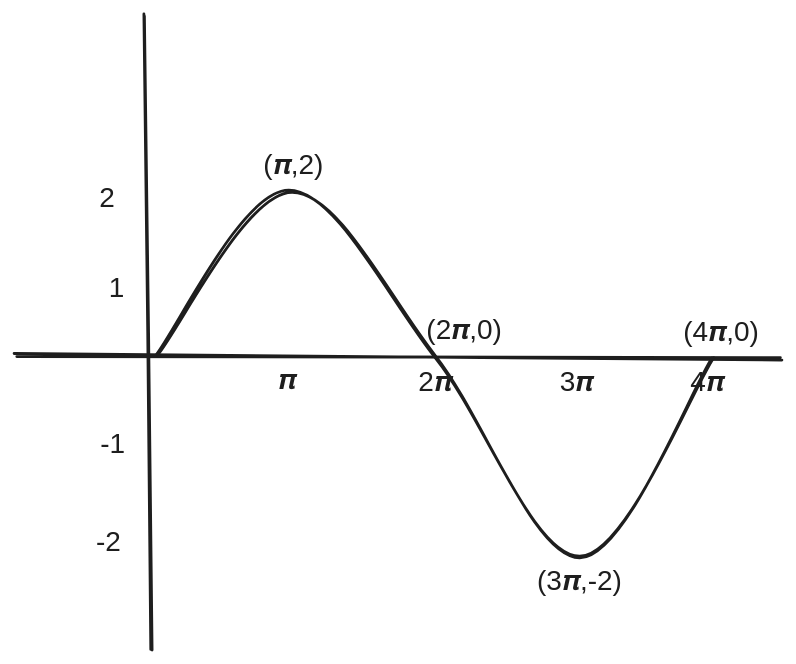
The Excalidraw diagram content/assets/guide to trigonometry 2024-09-06 17.12.13.excalidraw.svg in starlitriver/starlitriver.github.io, before a commit. Source tidied: one line per element, renumbered; positions are measured from the earlier drawing's top-left corner, leaving out a move shared by most shapes.
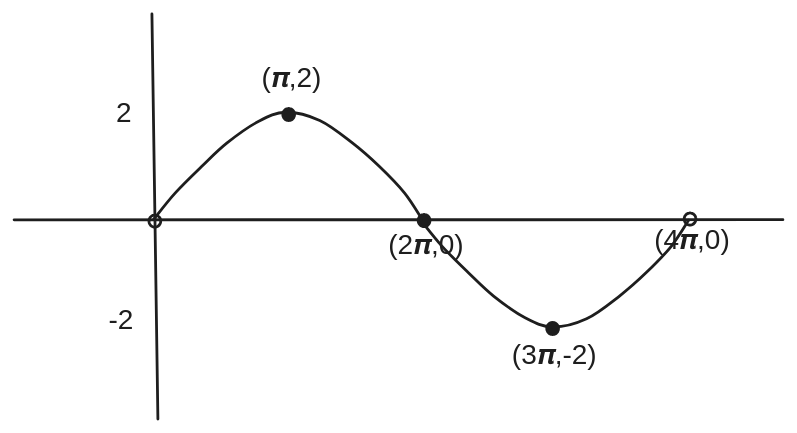
The same file after the commit.

Change to the diagram source:
```diff
@@ -1,15 +1,15 @@
-{"id": 0, "type": "line", "strokeColor": "#1e1e1e", "strokeWidth": 2, "roughness": 1, "round": true, "x": 0, "y": 243, "width": 548, "height": 3, "points": [[0, 0], [548, 3]]}
+{"id": 0, "type": "line", "strokeColor": "#1e1e1e", "strokeWidth": 2, "roughness": 0, "round": true, "x": 1, "y": 241, "width": 549, "height": 0, "points": [[0, 0], [549, 0]]}
-{"id": 1, "type": "line", "strokeColor": "#1e1e1e", "strokeWidth": 2, "roughness": 1, "round": true, "x": 97, "y": 453, "width": 6, "height": 453, "points": [[0, 0], [-6, -453]]}
+{"id": 1, "type": "line", "strokeColor": "#1e1e1e", "strokeWidth": 2, "roughness": 0, "round": true, "x": 103, "y": 384, "width": 4, "height": 289, "points": [[0, 0], [-4, -289]]}
-{"id": 2, "type": "text", "text": "1", "strokeColor": "#1e1e1e", "strokeWidth": 2, "roughness": 1, "fontSize": 20, "fontFamily": 2, "x": 67, "y": 183, "width": 11, "height": 23}
-{"id": 3, "type": "text", "text": "2", "strokeColor": "#1e1e1e", "strokeWidth": 2, "roughness": 1, "fontSize": 20, "fontFamily": 2, "x": 60, "y": 119, "width": 11, "height": 23}
+{"id": 3, "type": "text", "text": "2", "strokeColor": "#1e1e1e", "strokeWidth": 2, "roughness": 0, "fontSize": 20, "fontFamily": 2, "x": 73, "y": 153, "width": 11, "height": 23}
-{"id": 4, "type": "text", "text": "-1", "strokeColor": "#1e1e1e", "strokeWidth": 2, "roughness": 1, "fontSize": 20, "fontFamily": 2, "x": 61, "y": 295, "width": 18, "height": 23}
-{"id": 5, "type": "text", "text": "-2", "strokeColor": "#1e1e1e", "strokeWidth": 2, "roughness": 1, "fontSize": 20, "fontFamily": 2, "x": 58, "y": 365, "width": 18, "height": 23}
+{"id": 5, "type": "text", "text": "-2", "strokeColor": "#1e1e1e", "strokeWidth": 2, "roughness": 0, "fontSize": 20, "fontFamily": 2, "x": 68, "y": 301, "width": 18, "height": 23}
-{"id": 6, "type": "text", "text": "𝝅", "strokeColor": "#1e1e1e", "strokeWidth": 2, "roughness": 1, "fontSize": 20, "fontFamily": 2, "x": 188, "y": 249, "width": 13, "height": 23}
-{"id": 7, "type": "text", "text": "2𝝅", "strokeColor": "#1e1e1e", "strokeWidth": 2, "roughness": 1, "fontSize": 20, "fontFamily": 2, "x": 288, "y": 250, "width": 24, "height": 23}
-{"id": 8, "type": "text", "text": "3𝝅", "strokeColor": "#1e1e1e", "strokeWidth": 2, "roughness": 1, "fontSize": 20, "fontFamily": 2, "x": 389, "y": 251, "width": 24, "height": 23}
-{"id": 9, "type": "text", "text": "4𝝅", "strokeColor": "#1e1e1e", "strokeWidth": 2, "roughness": 1, "fontSize": 20, "fontFamily": 2, "x": 483, "y": 251, "width": 24, "height": 23}
-{"id": 10, "type": "line", "strokeColor": "#1e1e1e", "strokeWidth": 2, "roughness": 1, "round": true, "x": 101, "y": 244, "width": 398, "height": 261, "points": [[0, 0], [95, -118], [199, 2], [303, 143], [398, 2]]}
-{"id": 11, "type": "text", "text": "(𝝅,2)", "strokeColor": "#1e1e1e", "strokeWidth": 2, "roughness": 1, "fontSize": 20, "fontFamily": 2, "x": 178, "y": 96, "width": 43, "height": 23}
+{"id": 11, "type": "text", "text": "(𝝅,2)", "strokeColor": "#1e1e1e", "strokeWidth": 2, "roughness": 0, "fontSize": 20, "fontFamily": 2, "x": 177, "y": 129, "width": 43, "height": 23}
-{"id": 12, "type": "text", "text": "(2𝝅,0)", "strokeColor": "#1e1e1e", "strokeWidth": 2, "roughness": 1, "fontSize": 20, "fontFamily": 2, "x": 294, "y": 213, "width": 54, "height": 23}
+{"id": 12, "type": "text", "text": "(2𝝅,0)", "strokeColor": "#1e1e1e", "strokeWidth": 2, "roughness": 0, "fontSize": 20, "fontFamily": 2, "x": 268, "y": 248, "width": 54, "height": 23}
-{"id": 13, "type": "text", "text": "(3𝝅,-2)", "strokeColor": "#1e1e1e", "strokeWidth": 2, "roughness": 1, "fontSize": 20, "fontFamily": 2, "x": 373, "y": 393, "width": 61, "height": 23}
+{"id": 13, "type": "text", "text": "(3𝝅,-2)", "strokeColor": "#1e1e1e", "strokeWidth": 2, "roughness": 0, "fontSize": 20, "fontFamily": 2, "x": 356, "y": 326, "width": 61, "height": 23}
-{"id": 14, "type": "text", "text": "(4𝝅,0)", "strokeColor": "#1e1e1e", "strokeWidth": 2, "roughness": 1, "fontSize": 20, "fontFamily": 2, "x": 478, "y": 215, "width": 54, "height": 23}
+{"id": 14, "type": "text", "text": "(4𝝅,0)", "strokeColor": "#1e1e1e", "strokeWidth": 2, "roughness": 0, "fontSize": 20, "fontFamily": 2, "x": 458, "y": 244, "width": 54, "height": 23}
+{"id": 15, "type": "ellipse", "strokeColor": "#1e1e1e", "backgroundColor": "#1e1e1e", "fillStyle": "solid", "strokeWidth": 2, "roughness": 0, "round": true, "x": 193, "y": 162, "width": 8, "height": 9}
+{"id": 16, "type": "ellipse", "strokeColor": "#1e1e1e", "backgroundColor": "#1e1e1e", "fillStyle": "solid", "strokeWidth": 2, "roughness": 0, "round": true, "x": 381, "y": 315, "width": 8, "height": 9}
+{"id": 17, "type": "ellipse", "strokeColor": "#1e1e1e", "backgroundColor": "#1e1e1e", "fillStyle": "solid", "strokeWidth": 2, "roughness": 0, "round": true, "x": 289, "y": 238, "width": 8, "height": 9}
+{"id": 18, "type": "ellipse", "strokeColor": "#1e1e1e", "backgroundColor": "#1e1e1e", "fillStyle": "hachure", "strokeWidth": 2, "roughness": 0, "round": true, "x": 479, "y": 237, "width": 8, "height": 9}
+{"id": 19, "type": "ellipse", "strokeColor": "#1e1e1e", "backgroundColor": "#1e1e1e", "fillStyle": "hachure", "strokeWidth": 2, "roughness": 0, "round": true, "x": 97, "y": 238, "width": 8, "height": 9}
+{"id": 20, "type": "line", "strokeColor": "#1e1e1e", "angle": 4.71, "strokeWidth": 2, "roughness": 0, "round": true, "x": 158, "y": 299, "width": 77, "height": 192, "points": [[0, 0], [19, -12], [38, -31], [54, -49], [70, -73], [76, -97], [69, -117], [54, -139], [37, -158], [18, -176], [-1, -192]]}
+{"id": 21, "type": "line", "strokeColor": "#1e1e1e", "angle": 1.57, "strokeWidth": 2, "roughness": 0, "round": true, "x": 349, "y": 184, "width": 77, "height": 192, "points": [[0, 0], [19, 12], [38, 31], [54, 49], [70, 73], [76, 97], [69, 117], [54, 139], [37, 158], [18, 176], [-1, 192]]}
```
